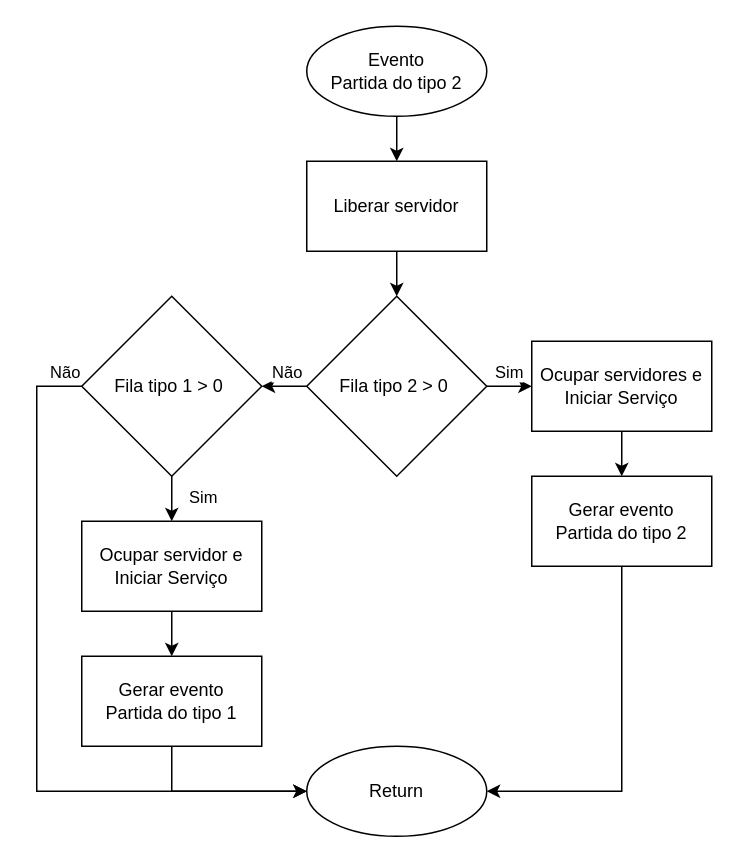
andreaoliveira9/Projeto-SO-1-Sim keeps this draw.io diagram as page "departure_type2" (3 of 4) of recurso/docs/diagrams.drawio. Above is the earlier version. Source tidied: cells renumbered, new cells numbered last; positions are measured from the earlier drawing's top-left corner, leaving out a move shared by most shapes. Both pictures are drawn from the tidied source at 150%, with x=0, y=0 at pixel (36, 26).
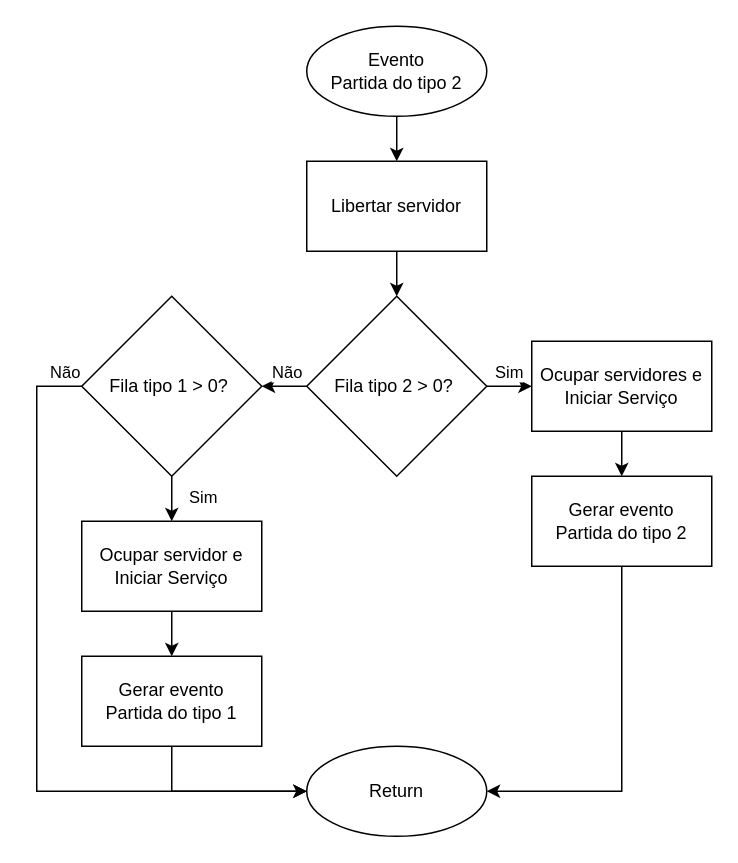
Above is the later version.

What changed in the source:
```diff
@@
-    <mxCell id="5" value="Liberar servidor" style="rounded=0;whiteSpace=wrap;html=1;" parent="1" vertex="1">
+    <mxCell id="5" value="Libertar servidor" style="rounded=0;whiteSpace=wrap;html=1;" parent="1" vertex="1">
       <mxGeometry x="180" y="90" width="120" height="60" as="geometry" />
     </mxCell>
@@
-    <mxCell id="10" value="Fila tipo 2 &amp;gt; 0&amp;nbsp;" style="rhombus;whiteSpace=wrap;html=1;" parent="1" vertex="1">
+    <mxCell id="10" value="Fila tipo 2 &amp;gt; 0?&amp;nbsp;" style="rhombus;whiteSpace=wrap;html=1;" parent="1" vertex="1">
       <mxGeometry x="180" y="180" width="120" height="120" as="geometry" />
     </mxCell>
@@
-    <mxCell id="17" value="Fila tipo 1 &amp;gt; 0&amp;nbsp;" style="rhombus;whiteSpace=wrap;html=1;" parent="1" vertex="1">
+    <mxCell id="17" value="Fila tipo 1 &amp;gt; 0?&amp;nbsp;" style="rhombus;whiteSpace=wrap;html=1;" parent="1" vertex="1">
       <mxGeometry x="30" y="180" width="120" height="120" as="geometry" />
     </mxCell>
```
